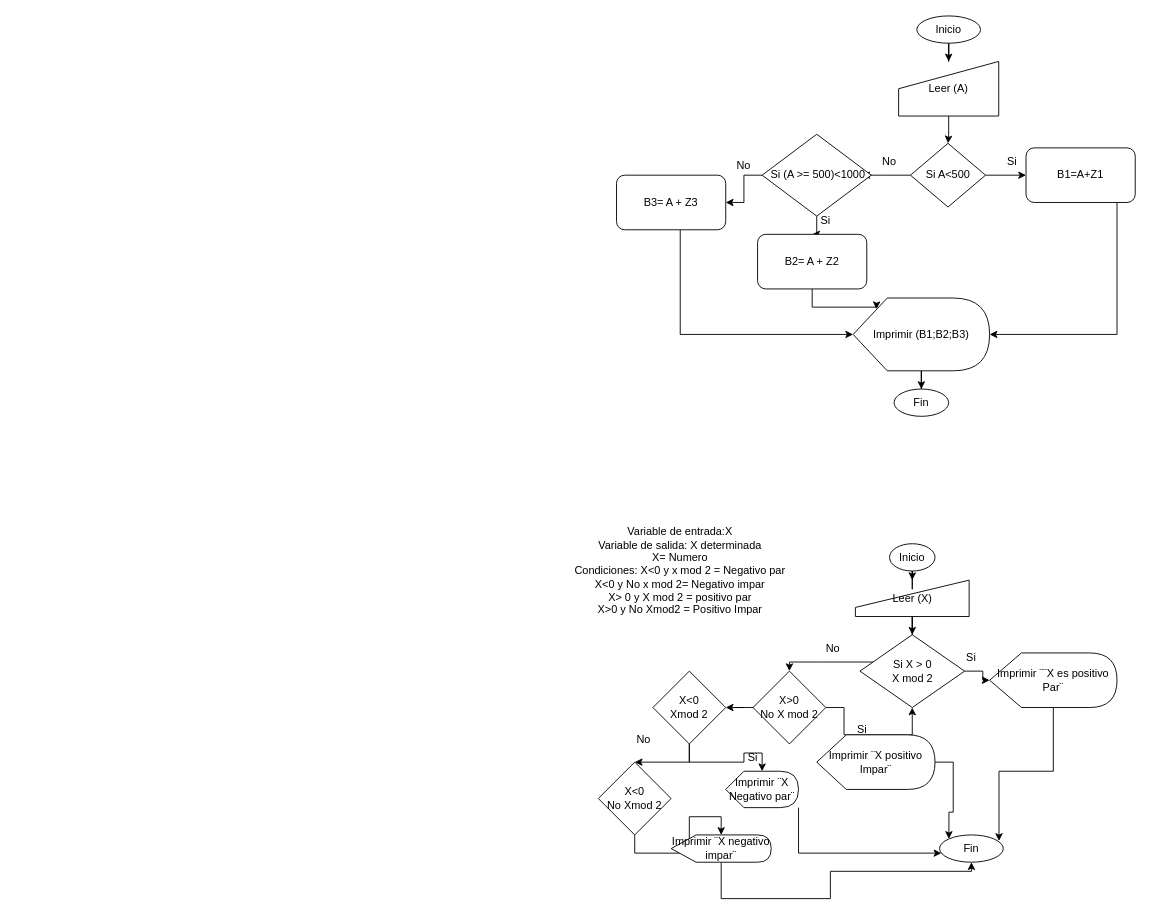
Above: Untitled Diagram.drawio in SabriHinojosa/Intro-Progr (draw.io), before the change. Source tidied: cells renumbered, new cells numbered last; positions are measured from the earlier drawing's top-left corner, leaving out a move shared by most shapes. Both pictures are drawn from the tidied source at 91%, with x=0, y=0 at pixel (552, 15).
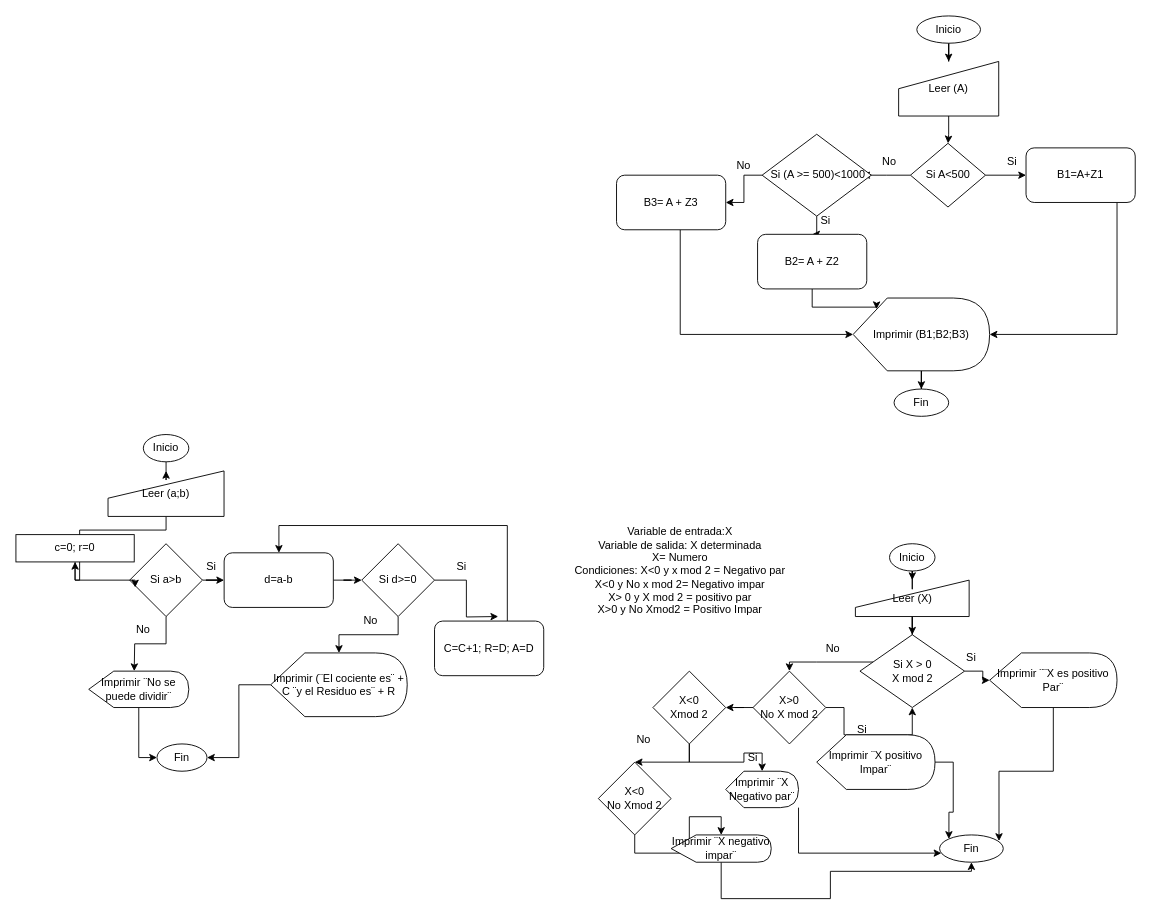
After the change.

Diff of the diagram source:
```diff
@@
+    <mxCell id="55" style="edgeStyle=orthogonalEdgeStyle;rounded=0;jettySize=auto;html=1;" parent="1" edge="1" source="56" target="58">
+      <mxGeometry relative="1" as="geometry" />
+    </mxCell>
+    <mxCell id="56" value="Inicio" style="ellipse;whiteSpace=wrap;html=1;" parent="1" vertex="1">
+      <mxGeometry x="-450" y="460" width="50" height="30" as="geometry" />
+    </mxCell>
+    <mxCell id="57" style="edgeStyle=orthogonalEdgeStyle;rounded=0;jettySize=auto;html=1;entryX=0.5;entryY=1;entryDx=0;entryDy=0;" parent="1" edge="1" source="58" target="77">
+      <mxGeometry relative="1" as="geometry">
+        <Array as="points">
+          <mxPoint x="-425" y="565" />
+          <mxPoint x="-520" y="565" />
+          <mxPoint x="-520" y="620" />
+          <mxPoint x="-525" y="620" />
+        </Array>
+      </mxGeometry>
+    </mxCell>
+    <mxCell id="58" value="Leer (a;b)" style="shape=manualInput;whiteSpace=wrap;html=1;" parent="1" vertex="1">
+      <mxGeometry x="-488.8" y="500" width="127.5" height="50" as="geometry" />
+    </mxCell>
+    <mxCell id="59" style="edgeStyle=orthogonalEdgeStyle;rounded=0;jettySize=auto;html=1;" parent="1" edge="1" source="60" target="67">
+      <mxGeometry relative="1" as="geometry" />
+    </mxCell>
+    <mxCell id="60" value="d=a-b" style="rounded=1;whiteSpace=wrap;html=1;" parent="1" vertex="1">
+      <mxGeometry x="-361.2" y="590" width="120" height="60" as="geometry" />
+    </mxCell>
+    <mxCell id="61" style="edgeStyle=orthogonalEdgeStyle;rounded=0;jettySize=auto;html=1;" parent="1" edge="1" source="63" target="60">
+      <mxGeometry relative="1" as="geometry" />
+    </mxCell>
+    <mxCell id="62" style="edgeStyle=orthogonalEdgeStyle;rounded=0;jettySize=auto;html=1;" parent="1" edge="1" source="63">
+      <mxGeometry relative="1" as="geometry">
+        <mxPoint x="-460" y="720" as="targetPoint" />
+      </mxGeometry>
+    </mxCell>
+    <mxCell id="63" value="Si a&amp;gt;b" style="rhombus;whiteSpace=wrap;html=1;" parent="1" vertex="1">
+      <mxGeometry x="-465" y="580" width="80" height="80" as="geometry" />
+    </mxCell>
+    <mxCell id="64" value="Si" style="text;html=1;strokeColor=none;fillColor=none;align=center;verticalAlign=middle;whiteSpace=wrap;rounded=0;" parent="1" vertex="1">
+      <mxGeometry x="-405" y="590" width="60" height="30" as="geometry" />
+    </mxCell>
+    <mxCell id="65" style="edgeStyle=orthogonalEdgeStyle;rounded=0;jettySize=auto;html=1;" parent="1" edge="1" source="67">
+      <mxGeometry relative="1" as="geometry">
+        <mxPoint x="-60" y="660" as="targetPoint" />
+      </mxGeometry>
+    </mxCell>
+    <mxCell id="66" style="edgeStyle=orthogonalEdgeStyle;rounded=0;jettySize=auto;html=1;" parent="1" edge="1" source="67" target="72">
+      <mxGeometry relative="1" as="geometry" />
+    </mxCell>
+    <mxCell id="67" value="Si d&amp;gt;=0" style="rhombus;whiteSpace=wrap;html=1;" parent="1" vertex="1">
+      <mxGeometry x="-210" y="580" width="80" height="80" as="geometry" />
+    </mxCell>
+    <mxCell id="68" style="edgeStyle=orthogonalEdgeStyle;rounded=0;jettySize=auto;html=1;" parent="1" edge="1" source="69">
+      <mxGeometry relative="1" as="geometry">
+        <mxPoint x="-301" y="590" as="targetPoint" />
+        <Array as="points">
+          <mxPoint x="-50" y="560" />
+          <mxPoint x="-301" y="560" />
+          <mxPoint x="-301" y="590" />
+        </Array>
+      </mxGeometry>
+    </mxCell>
+    <mxCell id="69" value="C=C+1; R=D; A=D" style="rounded=1;whiteSpace=wrap;html=1;" parent="1" vertex="1">
+      <mxGeometry x="-130" y="665" width="120" height="60" as="geometry" />
+    </mxCell>
+    <mxCell id="70" value="Si" style="text;html=1;strokeColor=none;fillColor=none;align=center;verticalAlign=middle;whiteSpace=wrap;rounded=0;" parent="1" vertex="1">
+      <mxGeometry x="-130" y="590" width="60" height="30" as="geometry" />
+    </mxCell>
+    <mxCell id="71" style="edgeStyle=orthogonalEdgeStyle;rounded=0;jettySize=auto;html=1;entryX=1;entryY=0.5;entryDx=0;entryDy=0;" parent="1" edge="1" source="72" target="73">
+      <mxGeometry relative="1" as="geometry" />
+    </mxCell>
+    <mxCell id="72" value="Imprimir (¨El cociente es¨ + C ¨y el Residuo es¨ + R" style="shape=display;whiteSpace=wrap;html=1;" parent="1" vertex="1">
+      <mxGeometry x="-310" y="700" width="150" height="70" as="geometry" />
+    </mxCell>
+    <mxCell id="73" value="Fin" style="ellipse;whiteSpace=wrap;html=1;" parent="1" vertex="1">
+      <mxGeometry x="-435" y="800" width="55" height="30" as="geometry" />
+    </mxCell>
+    <mxCell id="74" value="No" style="text;html=1;strokeColor=none;fillColor=none;align=center;verticalAlign=middle;whiteSpace=wrap;rounded=0;" parent="1" vertex="1">
+      <mxGeometry x="-480" y="660" width="60" height="30" as="geometry" />
+    </mxCell>
+    <mxCell id="75" value="No" style="text;html=1;strokeColor=none;fillColor=none;align=center;verticalAlign=middle;whiteSpace=wrap;rounded=0;" parent="1" vertex="1">
+      <mxGeometry x="-230" y="650" width="60" height="30" as="geometry" />
+    </mxCell>
+    <mxCell id="76" style="edgeStyle=orthogonalEdgeStyle;rounded=0;jettySize=auto;html=1;entryX=0.075;entryY=0.6;entryDx=0;entryDy=0;entryPerimeter=0;" parent="1" edge="1" source="77" target="63">
+      <mxGeometry relative="1" as="geometry" />
+    </mxCell>
+    <mxCell id="77" value="c=0; r=0" style="rounded=0;whiteSpace=wrap;html=1;" parent="1" vertex="1">
+      <mxGeometry x="-590" y="570" width="130" height="30" as="geometry" />
+    </mxCell>
+    <mxCell id="78" style="edgeStyle=orthogonalEdgeStyle;rounded=0;jettySize=auto;html=1;entryX=0;entryY=0.5;entryDx=0;entryDy=0;" parent="1" edge="1" source="79" target="73">
+      <mxGeometry relative="1" as="geometry" />
+    </mxCell>
+    <mxCell id="79" value="Imprimir ¨No se puede dividir¨" style="shape=display;whiteSpace=wrap;html=1;" parent="1" vertex="1">
+      <mxGeometry x="-510" y="720" width="110" height="40" as="geometry" />
+    </mxCell>
```
